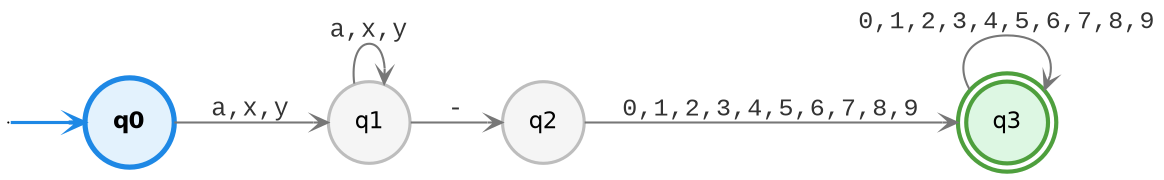
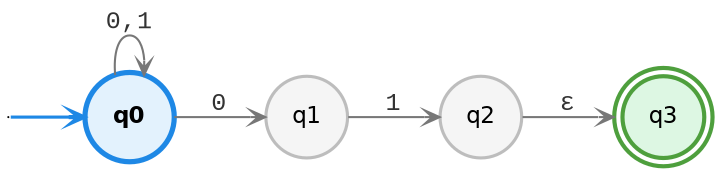
digraph G {
  rankdir=LR;
  size="8,5";
  node [fontname="Helvetica", fontsize=11, margin=0.1];
  edge [arrowsize=0.7, arrowhead=vee, fontname="Courier New", fontsize=12, fontcolor="#333333", color="#777777"];
  qi [shape=point, width=0];
  "q0" [shape=circle, style=filled, fillcolor="#E3F2FD", color="#1E88E5", penwidth=2.5, fontname="Helvetica-Bold"];
  "q1" [shape=circle, style=filled, fillcolor="#F5F5F5", color="#BDBDBD", penwidth=1.5];
  "q2" [shape=circle, style=filled, fillcolor="#F5F5F5", color="#BDBDBD", penwidth=1.5];
  "q3" [shape=doublecircle, style=filled, fillcolor="#DDF7E3", color="#4E9F3D", penwidth=2];

  qi -> "q0" [color="#1E88E5", penwidth=1.5];
-   "q0" -> "q1" [label="a,x,y"];
-   "q1" -> "q1" [label="a,x,y"];
-   "q1" -> "q2" [label="-"];
-   "q2" -> "q3" [label="0,1,2,3,4,5,6,7,8,9"];
-   "q3" -> "q3" [label="0,1,2,3,4,5,6,7,8,9"];
+   "q0" -> "q1" [label="0"];
+   "q0" -> "q0" [label="0,1"];
+   "q1" -> "q2" [label="1"];
+   "q2" -> "q3" [label="ε"];
}
